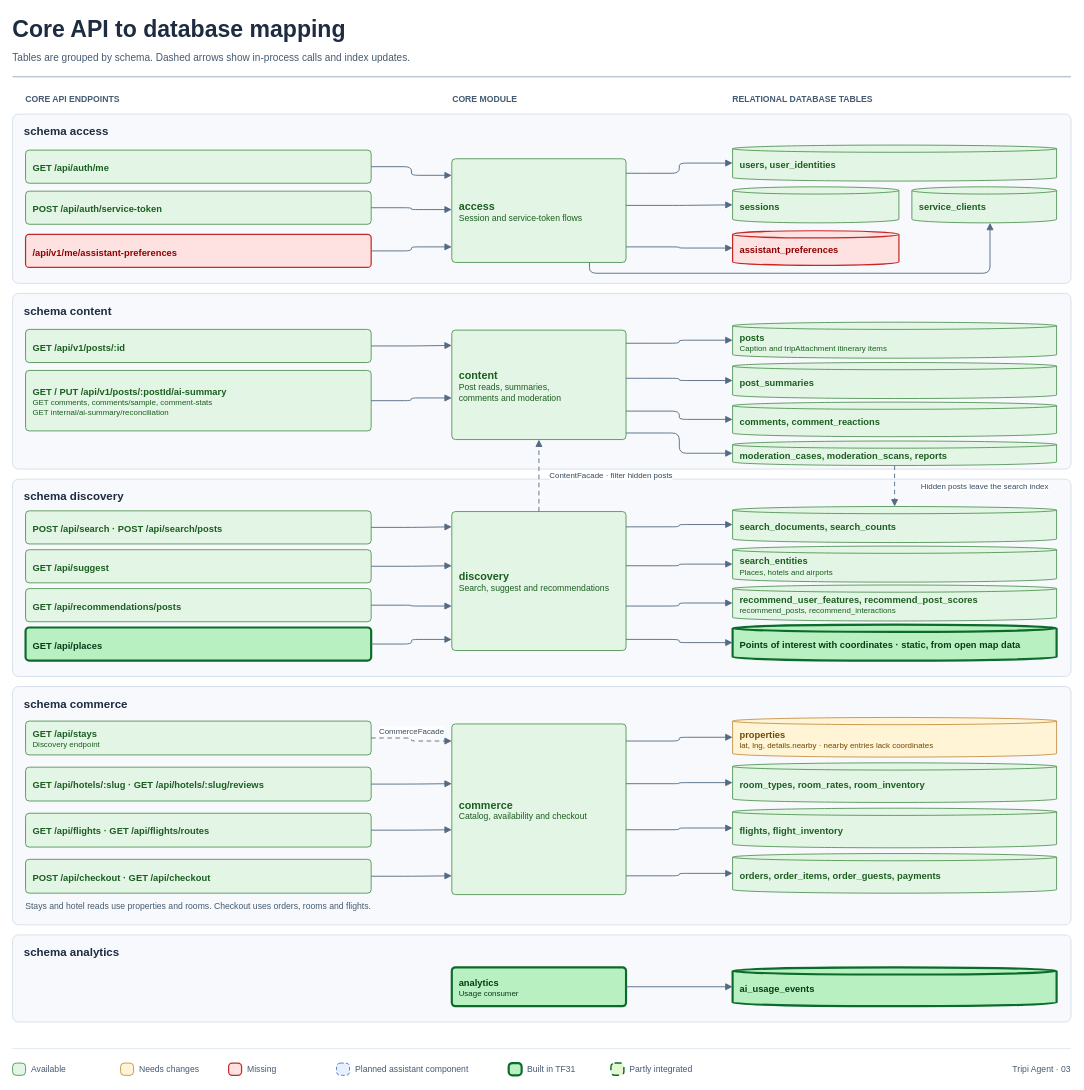
Above: page "03 API, module và bảng" (4 of 6) of docs/architecture/tripi-agent-kien-truc-chi-tiet.drawio in Sukemcute/tripflix-ai (draw.io), before the change. Source tidied: cells renumbered, new cells numbered last; positions are measured from the earlier drawing's top-left corner, leaving out a move shared by most shapes. Both pictures are drawn from the tidied source at 72%, with x=0, y=0 at pixel (12, 12).
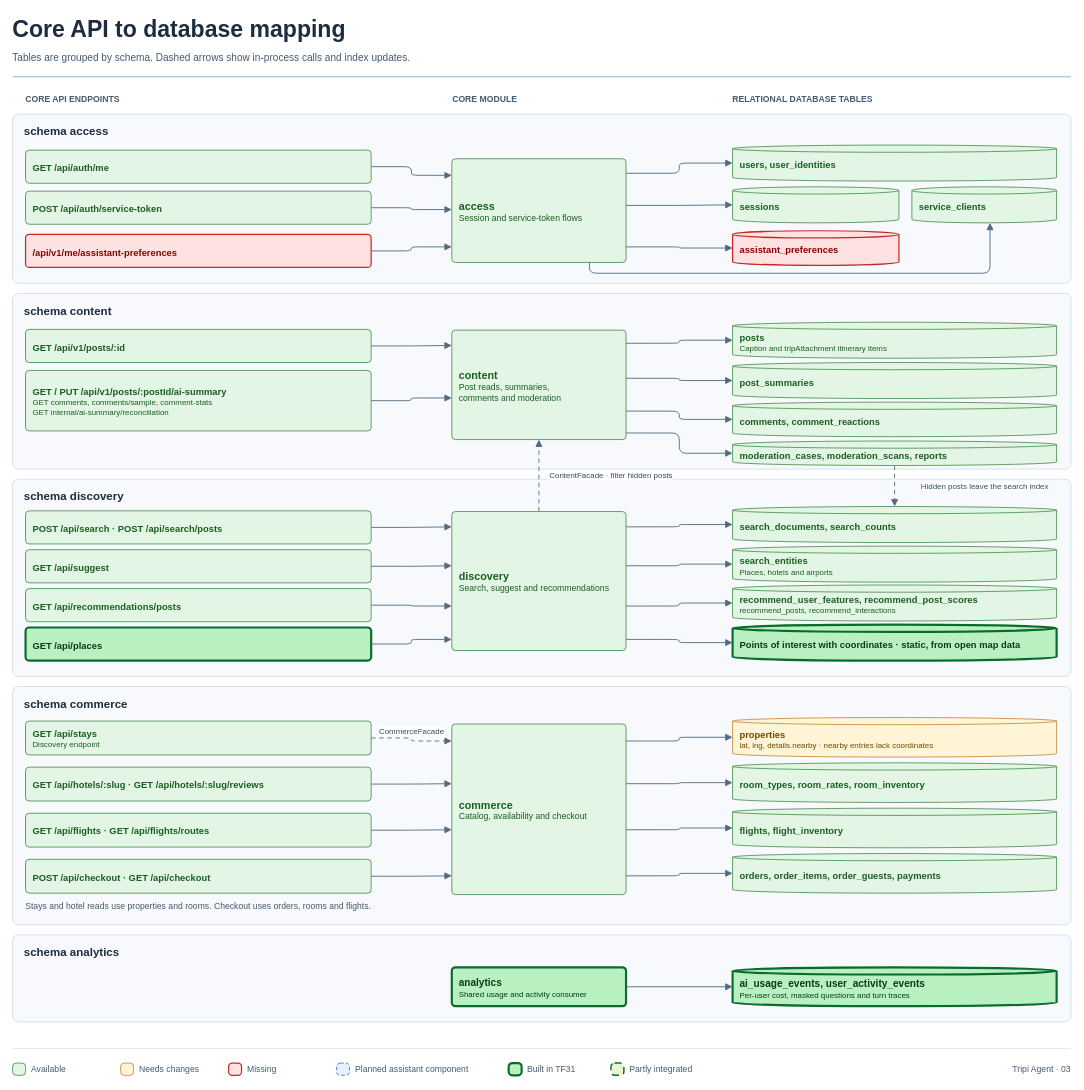
After the change.

The edit, as a diff of the source:
```diff
@@
-    <mxCell id="93" value="&lt;span style=&quot;font-size:13px&quot;&gt;&lt;b&gt;analytics&lt;/b&gt;&lt;/span&gt;&lt;br&gt;&lt;span style=&quot;font-size:11px&quot;&gt;Usage consumer&lt;/span&gt;" style="whiteSpace=wrap;html=1;fontFamily=Arial;rounded=1;absoluteArcSize=1;arcSize=10;align=left;verticalAlign=middle;spacingLeft=8;spacingRight=8;spacingTop=3;fillColor=#B9F0C2;strokeColor=#0B6B2B;fontColor=#053D17;strokeWidth=3;" parent="1" vertex="1">
+    <mxCell id="93" value="&lt;b style=&quot;font-size:14px&quot;&gt;analytics&lt;/b&gt;&lt;br&gt;&lt;span style=&quot;font-size:11px&quot;&gt;Shared usage and activity consumer&lt;/span&gt;" style="whiteSpace=wrap;html=1;fontFamily=Arial;rounded=1;absoluteArcSize=1;arcSize=10;align=left;verticalAlign=middle;spacingLeft=8;spacingRight=8;spacingTop=3;fillColor=#B9F0C2;strokeColor=#0B6B2B;fontColor=#053D17;strokeWidth=3;" parent="1" vertex="1">
       <mxGeometry x="610" y="1326" width="242" height="54" as="geometry" />
     </mxCell>
-    <mxCell id="94" value="&lt;span style=&quot;font-size:13px&quot;&gt;&lt;b&gt;ai_usage_events&lt;/b&gt;&lt;/span&gt;" style="whiteSpace=wrap;html=1;fontFamily=Arial;shape=cylinder3;size=5;boundedLbl=1;spacingBottom=5;align=left;verticalAlign=middle;spacingLeft=8;spacingRight=8;spacingTop=3;fillColor=#B9F0C2;strokeColor=#0B6B2B;fontColor=#053D17;strokeWidth=3;" parent="1" vertex="1">
+    <mxCell id="94" value="&lt;b style=&quot;font-size:14px&quot;&gt;ai_usage_events, user_activity_events&lt;/b&gt;&lt;br&gt;&lt;span style=&quot;font-size:11px&quot;&gt;Per-user cost, masked questions and turn traces&lt;/span&gt;" style="whiteSpace=wrap;html=1;fontFamily=Arial;shape=cylinder3;size=5;boundedLbl=1;spacingBottom=5;align=left;verticalAlign=middle;spacingLeft=8;spacingRight=8;spacingTop=3;fillColor=#B9F0C2;strokeColor=#0B6B2B;fontColor=#053D17;strokeWidth=3;" parent="1" vertex="1">
       <mxGeometry x="1000" y="1326" width="450" height="54" as="geometry" />
     </mxCell>
```
